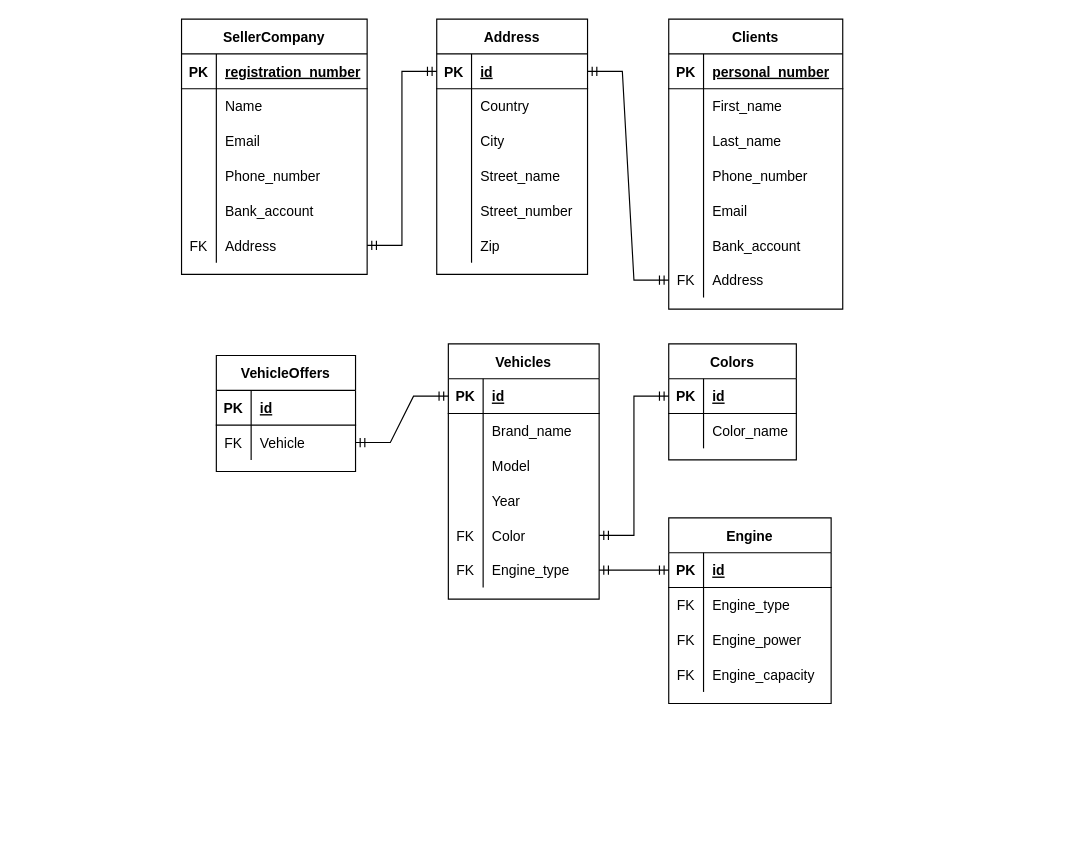
kstekels/Car-Marketplace keeps this draw.io diagram as Car Marketplace.drawio. Above is the earlier version. Source tidied: cells renumbered, new cells numbered last; positions are measured from the earlier drawing's top-left corner, leaving out a move shared by most shapes. Both pictures are drawn from the tidied source at 116%, with x=0, y=0 at pixel (181, 19).
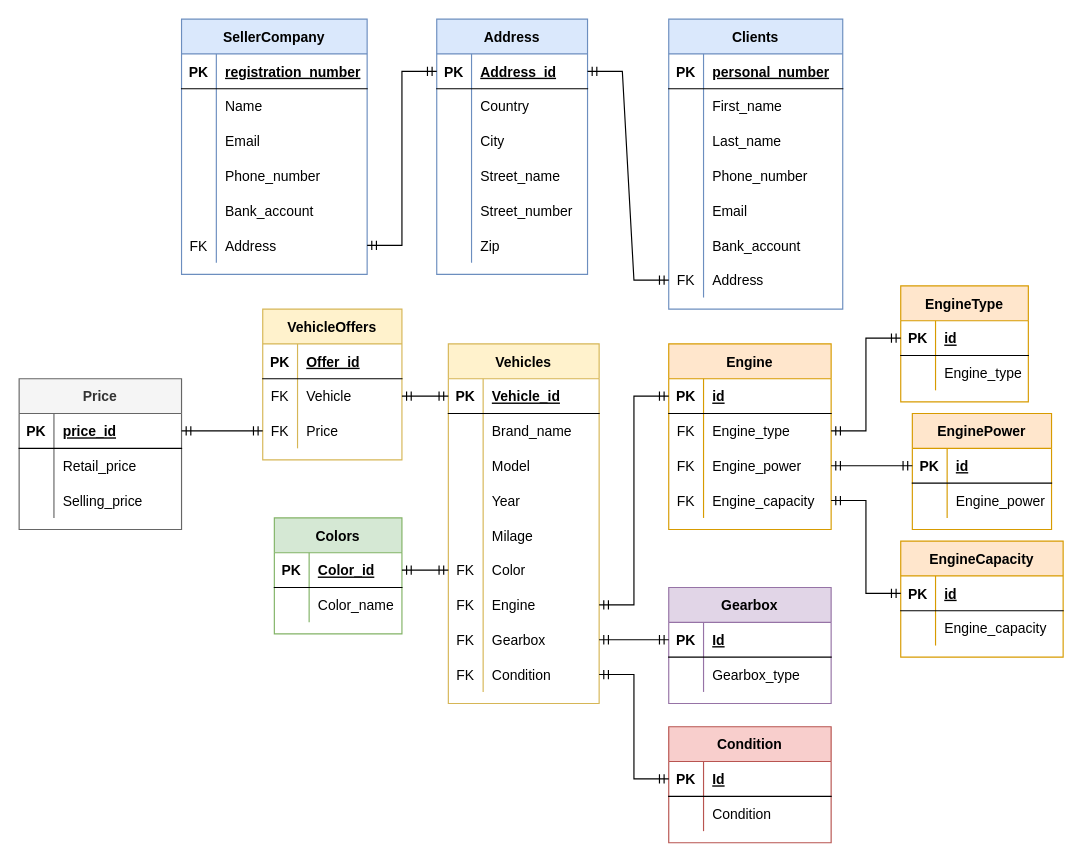
Above is the later version.

Unchanged cells that the change refers to:
```xml
<mxCell id="22" style="shape=partialRectangle;fillColor=none;top=0;left=0;bottom=1;right=0;points=[[0,0.5],[1,0.5]];portConstraint=eastwest;" parent="21" vertex="1">
  <mxGeometry y="30" width="130" height="30" as="geometry" />
</mxCell>
<mxCell id="65" style="shape=partialRectangle;fillColor=none;top=0;left=0;bottom=1;right=0;" parent="64" vertex="1">
  <mxGeometry y="30" width="120" height="30" as="geometry" />
</mxCell>
<mxCell id="72" style="shape=partialRectangle;fillColor=none;top=0;left=0;bottom=1;right=0;points=[[0,0.5],[1,0.5]];portConstraint=eastwest;" parent="71" vertex="1">
  <mxGeometry y="30" width="130" height="30" as="geometry" />
</mxCell>
<mxCell id="91" style="shape=partialRectangle;fillColor=none;top=0;left=0;bottom=1;right=0;points=[[0,0.5],[1,0.5]];portConstraint=eastwest;" parent="90" vertex="1">
  <mxGeometry y="30" width="110" height="30" as="geometry" />
</mxCell>
<mxCell id="103" style="shape=partialRectangle;fillColor=none;top=0;left=0;bottom=0;right=0;points=[[0,0.5],[1,0.5]];portConstraint=eastwest;" parent="99" vertex="1">
  <mxGeometry y="60" width="140" height="30" as="geometry" />
</mxCell>
<mxCell id="106" style="shape=partialRectangle;fillColor=none;top=0;left=0;bottom=0;right=0;points=[[0,0.5],[1,0.5]];portConstraint=eastwest;" parent="99" vertex="1">
  <mxGeometry y="90" width="140" height="30" as="geometry" />
</mxCell>
<mxCell id="109" style="shape=partialRectangle;fillColor=none;top=0;left=0;bottom=0;right=0;points=[[0,0.5],[1,0.5]];portConstraint=eastwest;" parent="99" vertex="1">
  <mxGeometry y="120" width="140" height="30" as="geometry" />
</mxCell>
```

What changed in the source:
```diff
@@
-    <mxCell id="2" value="SellerCompany" style="shape=table;startSize=30;childLayout=tableLayout;rowLines=0;fontStyle=1;align=center;" parent="1" vertex="1">
+    <mxCell id="2" value="SellerCompany" style="shape=table;startSize=30;childLayout=tableLayout;rowLines=0;fontStyle=1;align=center;fillColor=#dae8fc;strokeColor=#6c8ebf;" parent="1" vertex="1">
       <mxGeometry width="160" height="220" as="geometry" />
     </mxCell>
@@
-    <mxCell id="21" value="Address" style="shape=table;startSize=30;childLayout=tableLayout;rowLines=0;fontStyle=1;align=center;" parent="1" vertex="1">
+    <mxCell id="21" value="Address" style="shape=table;startSize=30;childLayout=tableLayout;rowLines=0;fontStyle=1;align=center;fillColor=#dae8fc;strokeColor=#6c8ebf;" parent="1" vertex="1">
       <mxGeometry x="220" width="130" height="220" as="geometry" />
     </mxCell>
@@
-    <mxCell id="24" value="id" style="shape=partialRectangle;fillColor=none;top=0;left=0;bottom=0;right=0;align=left;spacingLeft=6;fontStyle=5;overflow=hidden;" parent="22" vertex="1">
+    <mxCell id="24" value="Address_id" style="shape=partialRectangle;fillColor=none;top=0;left=0;bottom=0;right=0;align=left;spacingLeft=6;fontStyle=5;overflow=hidden;" parent="22" vertex="1">
       <mxGeometry x="30" width="100" height="30" as="geometry" />
     </mxCell>
@@
-    <mxCell id="41" value="Clients" style="shape=table;startSize=30;childLayout=tableLayout;rowLines=0;fontStyle=1;align=center;" parent="1" vertex="1">
+    <mxCell id="41" value="Clients" style="shape=table;startSize=30;childLayout=tableLayout;rowLines=0;fontStyle=1;align=center;fillColor=#dae8fc;strokeColor=#6c8ebf;" parent="1" vertex="1">
       <mxGeometry x="420" width="150" height="250" as="geometry" />
     </mxCell>
@@
-    <mxCell id="64" value="VehicleOffers" style="shape=table;startSize=30;childLayout=tableLayout;rowLines=0;fontStyle=1;align=center;" parent="1" vertex="1">
-      <mxGeometry x="30" y="290" width="120" height="100" as="geometry" />
+    <mxCell id="64" value="VehicleOffers" style="shape=table;startSize=30;childLayout=tableLayout;rowLines=0;fontStyle=1;align=center;fillColor=#fff2cc;strokeColor=#d6b656;" parent="1" vertex="1">
+      <mxGeometry x="70" y="250" width="120" height="130" as="geometry" />
     </mxCell>
@@
-    <mxCell id="67" value="id" style="shape=partialRectangle;fillColor=none;top=0;left=0;bottom=0;right=0;align=left;spacingLeft=6;fontStyle=5;overflow=hidden;" parent="65" vertex="1">
+    <mxCell id="67" value="Offer_id" style="shape=partialRectangle;fillColor=none;top=0;left=0;bottom=0;right=0;align=left;spacingLeft=6;fontStyle=5;overflow=hidden;" parent="65" vertex="1">
       <mxGeometry x="30" width="90" height="30" as="geometry" />
     </mxCell>
@@
+    <mxCell id="113" style="shape=partialRectangle;fillColor=none;top=0;left=0;bottom=0;right=0;points=[[0,0.5],[1,0.5]];portConstraint=eastwest;" parent="64" vertex="1">
+      <mxGeometry y="90" width="120" height="30" as="geometry" />
+    </mxCell>
+    <mxCell id="114" value="FK" style="shape=partialRectangle;fillColor=none;top=0;left=0;bottom=0;right=0;fontStyle=0;overflow=hidden;" parent="113" vertex="1">
+      <mxGeometry width="30" height="30" as="geometry" />
+    </mxCell>
+    <mxCell id="115" value="Price" style="shape=partialRectangle;fillColor=none;top=0;left=0;bottom=0;right=0;align=left;spacingLeft=6;fontStyle=0;overflow=hidden;" parent="113" vertex="1">
+      <mxGeometry x="30" width="90" height="30" as="geometry" />
+    </mxCell>
-    <mxCell id="71" value="Vehicles" style="shape=table;startSize=30;childLayout=tableLayout;rowLines=0;fontStyle=1;align=center;" parent="1" vertex="1">
-      <mxGeometry x="230" y="280" width="130" height="220" as="geometry" />
+    <mxCell id="71" value="Vehicles" style="shape=table;startSize=30;childLayout=tableLayout;rowLines=0;fontStyle=1;align=center;fillColor=#fff2cc;strokeColor=#d6b656;" parent="1" vertex="1">
+      <mxGeometry x="230" y="280" width="130" height="310" as="geometry" />
     </mxCell>
@@
-    <mxCell id="74" value="id" style="shape=partialRectangle;fillColor=none;top=0;left=0;bottom=0;right=0;align=left;spacingLeft=6;fontStyle=5;overflow=hidden;" parent="72" vertex="1">
+    <mxCell id="74" value="Vehicle_id" style="shape=partialRectangle;fillColor=none;top=0;left=0;bottom=0;right=0;align=left;spacingLeft=6;fontStyle=5;overflow=hidden;" parent="72" vertex="1">
       <mxGeometry x="30" width="100" height="30" as="geometry" />
     </mxCell>
@@
+    <mxCell id="116" style="shape=partialRectangle;fillColor=none;top=0;left=0;bottom=0;right=0;" parent="71" vertex="1">
+      <mxGeometry y="150" width="130" height="30" as="geometry" />
+    </mxCell>
+    <mxCell id="117" style="shape=partialRectangle;fillColor=none;top=0;left=0;bottom=0;right=0;overflow=hidden;" parent="116" vertex="1">
+      <mxGeometry width="30" height="30" as="geometry" />
+    </mxCell>
+    <mxCell id="118" value="Milage" style="shape=partialRectangle;fillColor=none;top=0;left=0;bottom=0;right=0;align=left;spacingLeft=6;overflow=hidden;" parent="116" vertex="1">
+      <mxGeometry x="30" width="100" height="30" as="geometry" />
+    </mxCell>
     <mxCell id="84" style="shape=partialRectangle;fillColor=none;top=0;left=0;bottom=0;right=0;points=[[0,0.5],[1,0.5]];portConstraint=eastwest;" parent="71" vertex="1">
-      <mxGeometry y="150" width="130" height="30" as="geometry" />
+      <mxGeometry y="180" width="130" height="30" as="geometry" />
     </mxCell>
@@
     <mxCell id="87" style="shape=partialRectangle;fillColor=none;top=0;left=0;bottom=0;right=0;points=[[0,0.5],[1,0.5]];portConstraint=eastwest;" parent="71" vertex="1">
-      <mxGeometry y="180" width="130" height="30" as="geometry" />
+      <mxGeometry y="210" width="130" height="30" as="geometry" />
     </mxCell>
@@
-    <mxCell id="89" value="Engine_type" style="shape=partialRectangle;fillColor=none;top=0;left=0;bottom=0;right=0;align=left;spacingLeft=6;fontStyle=0;overflow=hidden;" parent="87" vertex="1">
+    <mxCell id="89" value="Engine" style="shape=partialRectangle;fillColor=none;top=0;left=0;bottom=0;right=0;align=left;spacingLeft=6;fontStyle=0;overflow=hidden;" parent="87" vertex="1">
       <mxGeometry x="30" width="100" height="30" as="geometry" />
     </mxCell>
+    <mxCell id="119" style="shape=partialRectangle;fillColor=none;top=0;left=0;bottom=0;right=0;points=[[0,0.5],[1,0.5]];portConstraint=eastwest;" parent="71" vertex="1">
+      <mxGeometry y="240" width="130" height="30" as="geometry" />
+    </mxCell>
+    <mxCell id="120" value="FK" style="shape=partialRectangle;fillColor=none;top=0;left=0;bottom=0;right=0;fontStyle=0;overflow=hidden;" parent="119" vertex="1">
+      <mxGeometry width="30" height="30" as="geometry" />
+    </mxCell>
+    <mxCell id="121" value="Gearbox" style="shape=partialRectangle;fillColor=none;top=0;left=0;bottom=0;right=0;align=left;spacingLeft=6;fontStyle=0;overflow=hidden;" parent="119" vertex="1">
+      <mxGeometry x="30" width="100" height="30" as="geometry" />
+    </mxCell>
+    <mxCell id="122" style="shape=partialRectangle;fillColor=none;top=0;left=0;bottom=0;right=0;points=[[0,0.5],[1,0.5]];portConstraint=eastwest;" parent="71" vertex="1">
+      <mxGeometry y="270" width="130" height="30" as="geometry" />
+    </mxCell>
+    <mxCell id="123" value="FK" style="shape=partialRectangle;fillColor=none;top=0;left=0;bottom=0;right=0;fontStyle=0;overflow=hidden;" parent="122" vertex="1">
+      <mxGeometry width="30" height="30" as="geometry" />
+    </mxCell>
+    <mxCell id="124" value="Condition" style="shape=partialRectangle;fillColor=none;top=0;left=0;bottom=0;right=0;align=left;spacingLeft=6;fontStyle=0;overflow=hidden;" parent="122" vertex="1">
+      <mxGeometry x="30" width="100" height="30" as="geometry" />
+    </mxCell>
-    <mxCell id="90" value="Colors" style="shape=table;startSize=30;childLayout=tableLayout;rowLines=0;fontStyle=1;align=center;" parent="1" vertex="1">
-      <mxGeometry x="420" y="280" width="110" height="100" as="geometry" />
+    <mxCell id="90" value="Colors" style="shape=table;startSize=30;childLayout=tableLayout;rowLines=0;fontStyle=1;align=center;fillColor=#d5e8d4;strokeColor=#82b366;" parent="1" vertex="1">
+      <mxGeometry x="80" y="430" width="110" height="100" as="geometry" />
     </mxCell>
@@
-    <mxCell id="93" value="id" style="shape=partialRectangle;fillColor=none;top=0;left=0;bottom=0;right=0;align=left;spacingLeft=6;fontStyle=5;overflow=hidden;" parent="91" vertex="1">
+    <mxCell id="93" value="Color_id" style="shape=partialRectangle;fillColor=none;top=0;left=0;bottom=0;right=0;align=left;spacingLeft=6;fontStyle=5;overflow=hidden;" parent="91" vertex="1">
       <mxGeometry x="30" width="80" height="30" as="geometry" />
     </mxCell>
@@
-    <mxCell id="97" style="edgeStyle=entityRelationEdgeStyle;fontSize=12;html=1;endArrow=ERmandOne;startArrow=ERmandOne;rounded=0;entryX=0;entryY=0.5;entryDx=0;entryDy=0;" parent="1" edge="1" source="84" target="91">
+    <mxCell id="97" style="edgeStyle=entityRelationEdgeStyle;fontSize=12;html=1;endArrow=ERmandOne;startArrow=ERmandOne;rounded=0;" parent="1" edge="1" source="84" target="91">
       <mxGeometry relative="1" as="geometry" />
     </mxCell>
@@
-    <mxCell id="99" value="Engine" style="shape=table;startSize=30;childLayout=tableLayout;rowLines=0;fontStyle=1;align=center;" parent="1" vertex="1">
-      <mxGeometry x="420" y="430" width="140" height="160" as="geometry" />
+    <mxCell id="99" value="Engine" style="shape=table;startSize=30;childLayout=tableLayout;rowLines=0;fontStyle=1;align=center;fillColor=#ffe6cc;strokeColor=#d79b00;" parent="1" vertex="1">
+      <mxGeometry x="420" y="280" width="140" height="160" as="geometry" />
     </mxCell>
@@
+    <mxCell id="125" value="EngineType" style="shape=table;startSize=30;childLayout=tableLayout;rowLines=0;fontStyle=1;align=center;fillColor=#ffe6cc;strokeColor=#d79b00;" parent="1" vertex="1">
+      <mxGeometry x="620" y="230" width="110" height="100" as="geometry" />
+    </mxCell>
+    <mxCell id="126" style="shape=partialRectangle;fillColor=none;top=0;left=0;bottom=1;right=0;points=[[0,0.5],[1,0.5]];portConstraint=eastwest;" parent="125" vertex="1">
+      <mxGeometry y="30" width="110" height="30" as="geometry" />
+    </mxCell>
+    <mxCell id="127" value="PK" style="shape=partialRectangle;fillColor=none;top=0;left=0;bottom=0;right=0;fontStyle=1;overflow=hidden;" parent="126" vertex="1">
+      <mxGeometry width="30" height="30" as="geometry" />
+    </mxCell>
+    <mxCell id="128" value="id" style="shape=partialRectangle;fillColor=none;top=0;left=0;bottom=0;right=0;align=left;spacingLeft=6;fontStyle=5;overflow=hidden;" parent="126" vertex="1">
+      <mxGeometry x="30" width="80" height="30" as="geometry" />
+    </mxCell>
+    <mxCell id="129" style="shape=partialRectangle;fillColor=none;top=0;left=0;bottom=0;right=0;" parent="125" vertex="1">
+      <mxGeometry y="60" width="110" height="30" as="geometry" />
+    </mxCell>
+    <mxCell id="130" style="shape=partialRectangle;fillColor=none;top=0;left=0;bottom=0;right=0;fontStyle=0;overflow=hidden;" parent="129" vertex="1">
+      <mxGeometry width="30" height="30" as="geometry" />
+    </mxCell>
+    <mxCell id="131" value="Engine_type" style="shape=partialRectangle;fillColor=none;top=0;left=0;bottom=0;right=0;align=left;spacingLeft=6;fontStyle=0;overflow=hidden;" parent="129" vertex="1">
+      <mxGeometry x="30" width="80" height="30" as="geometry" />
+    </mxCell>
+    <mxCell id="132" style="edgeStyle=entityRelationEdgeStyle;fontSize=12;html=1;endArrow=ERmandOne;startArrow=ERmandOne;rounded=0;" parent="1" edge="1" source="103" target="126">
+      <mxGeometry relative="1" as="geometry" />
+    </mxCell>
+    <mxCell id="133" value="EnginePower" style="shape=table;startSize=30;childLayout=tableLayout;rowLines=0;fontStyle=1;align=center;fillColor=#ffe6cc;strokeColor=#d79b00;" parent="1" vertex="1">
+      <mxGeometry x="630" y="340" width="120" height="100" as="geometry" />
+    </mxCell>
+    <mxCell id="134" style="shape=partialRectangle;fillColor=none;top=0;left=0;bottom=1;right=0;points=[[0,0.5],[1,0.5]];portConstraint=eastwest;" parent="133" vertex="1">
+      <mxGeometry y="30" width="120" height="30" as="geometry" />
+    </mxCell>
+    <mxCell id="135" value="PK" style="shape=partialRectangle;fillColor=none;top=0;left=0;bottom=0;right=0;fontStyle=1;overflow=hidden;" parent="134" vertex="1">
+      <mxGeometry width="30" height="30" as="geometry" />
+    </mxCell>
+    <mxCell id="136" value="id" style="shape=partialRectangle;fillColor=none;top=0;left=0;bottom=0;right=0;align=left;spacingLeft=6;fontStyle=5;overflow=hidden;" parent="134" vertex="1">
+      <mxGeometry x="30" width="90" height="30" as="geometry" />
+    </mxCell>
+    <mxCell id="137" style="shape=partialRectangle;fillColor=none;top=0;left=0;bottom=0;right=0;" parent="133" vertex="1">
+      <mxGeometry y="60" width="120" height="30" as="geometry" />
+    </mxCell>
+    <mxCell id="138" style="shape=partialRectangle;fillColor=none;top=0;left=0;bottom=0;right=0;fontStyle=0;overflow=hidden;" parent="137" vertex="1">
+      <mxGeometry width="30" height="30" as="geometry" />
+    </mxCell>
+    <mxCell id="139" value="Engine_power" style="shape=partialRectangle;fillColor=none;top=0;left=0;bottom=0;right=0;align=left;spacingLeft=6;fontStyle=0;overflow=hidden;" parent="137" vertex="1">
+      <mxGeometry x="30" width="90" height="30" as="geometry" />
+    </mxCell>
+    <mxCell id="140" style="edgeStyle=entityRelationEdgeStyle;fontSize=12;html=1;endArrow=ERmandOne;startArrow=ERmandOne;rounded=0;" parent="1" edge="1" source="106" target="134">
+      <mxGeometry relative="1" as="geometry" />
+    </mxCell>
+    <mxCell id="141" value="EngineCapacity" style="shape=table;startSize=30;childLayout=tableLayout;rowLines=0;fontStyle=1;align=center;fillColor=#ffe6cc;strokeColor=#d79b00;" parent="1" vertex="1">
+      <mxGeometry x="620" y="450" width="140" height="100" as="geometry" />
+    </mxCell>
+    <mxCell id="142" style="shape=partialRectangle;fillColor=none;top=0;left=0;bottom=1;right=0;points=[[0,0.5],[1,0.5]];portConstraint=eastwest;" parent="141" vertex="1">
+      <mxGeometry y="30" width="140" height="30" as="geometry" />
+    </mxCell>
+    <mxCell id="143" value="PK" style="shape=partialRectangle;fillColor=none;top=0;left=0;bottom=0;right=0;fontStyle=1;overflow=hidden;" parent="142" vertex="1">
+      <mxGeometry width="30" height="30" as="geometry" />
+    </mxCell>
+    <mxCell id="144" value="id" style="shape=partialRectangle;fillColor=none;top=0;left=0;bottom=0;right=0;align=left;spacingLeft=6;fontStyle=5;overflow=hidden;" parent="142" vertex="1">
+      <mxGeometry x="30" width="110" height="30" as="geometry" />
+    </mxCell>
+    <mxCell id="145" style="shape=partialRectangle;fillColor=none;top=0;left=0;bottom=0;right=0;" parent="141" vertex="1">
+      <mxGeometry y="60" width="140" height="30" as="geometry" />
+    </mxCell>
+    <mxCell id="146" style="shape=partialRectangle;fillColor=none;top=0;left=0;bottom=0;right=0;fontStyle=0;overflow=hidden;" parent="145" vertex="1">
+      <mxGeometry width="30" height="30" as="geometry" />
+    </mxCell>
+    <mxCell id="147" value="Engine_capacity" style="shape=partialRectangle;fillColor=none;top=0;left=0;bottom=0;right=0;align=left;spacingLeft=6;fontStyle=0;overflow=hidden;" parent="145" vertex="1">
+      <mxGeometry x="30" width="110" height="30" as="geometry" />
+    </mxCell>
+    <mxCell id="148" style="edgeStyle=entityRelationEdgeStyle;fontSize=12;html=1;endArrow=ERmandOne;startArrow=ERmandOne;rounded=0;" parent="1" edge="1" source="109" target="142">
+      <mxGeometry relative="1" as="geometry" />
+    </mxCell>
+    <mxCell id="149" value="Gearbox" style="shape=table;startSize=30;childLayout=tableLayout;rowLines=0;fontStyle=1;align=center;fillColor=#e1d5e7;strokeColor=#9673a6;" parent="1" vertex="1">
+      <mxGeometry x="420" y="490" width="140" height="100" as="geometry" />
+    </mxCell>
+    <mxCell id="150" style="shape=partialRectangle;fillColor=none;top=0;left=0;bottom=1;right=0;points=[[0,0.5],[1,0.5]];portConstraint=eastwest;" parent="149" vertex="1">
+      <mxGeometry y="30" width="140" height="30" as="geometry" />
+    </mxCell>
+    <mxCell id="151" value="PK" style="shape=partialRectangle;fillColor=none;top=0;left=0;bottom=0;right=0;fontStyle=1;overflow=hidden;" parent="150" vertex="1">
+      <mxGeometry width="30" height="30" as="geometry" />
+    </mxCell>
+    <mxCell id="152" value="Id" style="shape=partialRectangle;fillColor=none;top=0;left=0;bottom=0;right=0;align=left;spacingLeft=6;fontStyle=5;overflow=hidden;" parent="150" vertex="1">
+      <mxGeometry x="30" width="110" height="30" as="geometry" />
+    </mxCell>
+    <mxCell id="153" style="shape=partialRectangle;fillColor=none;top=0;left=0;bottom=0;right=0;" parent="149" vertex="1">
+      <mxGeometry y="60" width="140" height="30" as="geometry" />
+    </mxCell>
+    <mxCell id="154" style="shape=partialRectangle;fillColor=none;top=0;left=0;bottom=0;right=0;fontStyle=0;overflow=hidden;" parent="153" vertex="1">
+      <mxGeometry width="30" height="30" as="geometry" />
+    </mxCell>
+    <mxCell id="155" value="Gearbox_type" style="shape=partialRectangle;fillColor=none;top=0;left=0;bottom=0;right=0;align=left;spacingLeft=6;fontStyle=0;overflow=hidden;" parent="153" vertex="1">
+      <mxGeometry x="30" width="110" height="30" as="geometry" />
+    </mxCell>
+    <mxCell id="156" style="edgeStyle=entityRelationEdgeStyle;fontSize=12;html=1;endArrow=ERmandOne;startArrow=ERmandOne;rounded=0;" parent="1" edge="1" source="119" target="150">
+      <mxGeometry relative="1" as="geometry" />
+    </mxCell>
+    <mxCell id="157" value="Condition" style="shape=table;startSize=30;childLayout=tableLayout;rowLines=0;fontStyle=1;align=center;fillColor=#f8cecc;strokeColor=#b85450;" parent="1" vertex="1">
+      <mxGeometry x="420" y="610" width="140" height="100" as="geometry" />
+    </mxCell>
+    <mxCell id="158" style="shape=partialRectangle;fillColor=none;top=0;left=0;bottom=1;right=0;points=[[0,0.5],[1,0.5]];portConstraint=eastwest;" parent="157" vertex="1">
+      <mxGeometry y="30" width="140" height="30" as="geometry" />
+    </mxCell>
+    <mxCell id="159" value="PK" style="shape=partialRectangle;fillColor=none;top=0;left=0;bottom=0;right=0;fontStyle=1;overflow=hidden;" parent="158" vertex="1">
+      <mxGeometry width="30" height="30" as="geometry" />
+    </mxCell>
+    <mxCell id="160" value="Id" style="shape=partialRectangle;fillColor=none;top=0;left=0;bottom=0;right=0;align=left;spacingLeft=6;fontStyle=5;overflow=hidden;" parent="158" vertex="1">
+      <mxGeometry x="30" width="110" height="30" as="geometry" />
+    </mxCell>
+    <mxCell id="161" style="shape=partialRectangle;fillColor=none;top=0;left=0;bottom=0;right=0;" parent="157" vertex="1">
+      <mxGeometry y="60" width="140" height="30" as="geometry" />
+    </mxCell>
+    <mxCell id="162" style="shape=partialRectangle;fillColor=none;top=0;left=0;bottom=0;right=0;fontStyle=0;overflow=hidden;" parent="161" vertex="1">
+      <mxGeometry width="30" height="30" as="geometry" />
+    </mxCell>
+    <mxCell id="163" value="Condition" style="shape=partialRectangle;fillColor=none;top=0;left=0;bottom=0;right=0;align=left;spacingLeft=6;fontStyle=0;overflow=hidden;" parent="161" vertex="1">
+      <mxGeometry x="30" width="110" height="30" as="geometry" />
+    </mxCell>
+    <mxCell id="164" style="edgeStyle=entityRelationEdgeStyle;fontSize=12;html=1;endArrow=ERmandOne;startArrow=ERmandOne;rounded=0;" parent="1" edge="1" source="122" target="158">
+      <mxGeometry relative="1" as="geometry" />
+    </mxCell>
+    <mxCell id="165" value="Price" style="shape=table;startSize=30;childLayout=tableLayout;rowLines=0;fontStyle=1;align=center;fillColor=#f5f5f5;strokeColor=#666666;fontColor=#333333;" parent="1" vertex="1">
+      <mxGeometry x="-140" y="310" width="140" height="130" as="geometry" />
+    </mxCell>
+    <mxCell id="166" style="shape=partialRectangle;fillColor=none;top=0;left=0;bottom=1;right=0;points=[[0,0.5],[1,0.5]];portConstraint=eastwest;" parent="165" vertex="1">
+      <mxGeometry y="30" width="140" height="30" as="geometry" />
+    </mxCell>
+    <mxCell id="167" value="PK" style="shape=partialRectangle;fillColor=none;top=0;left=0;bottom=0;right=0;fontStyle=1;overflow=hidden;" parent="166" vertex="1">
+      <mxGeometry width="30" height="30" as="geometry" />
+    </mxCell>
+    <mxCell id="168" value="price_id" style="shape=partialRectangle;fillColor=none;top=0;left=0;bottom=0;right=0;align=left;spacingLeft=6;fontStyle=5;overflow=hidden;" parent="166" vertex="1">
+      <mxGeometry x="30" width="110" height="30" as="geometry" />
+    </mxCell>
+    <mxCell id="169" style="shape=partialRectangle;fillColor=none;top=0;left=0;bottom=0;right=0;" parent="165" vertex="1">
+      <mxGeometry y="60" width="140" height="30" as="geometry" />
+    </mxCell>
+    <mxCell id="170" style="shape=partialRectangle;fillColor=none;top=0;left=0;bottom=0;right=0;fontStyle=0;overflow=hidden;" parent="169" vertex="1">
+      <mxGeometry width="30" height="30" as="geometry" />
+    </mxCell>
+    <mxCell id="171" value="Retail_price" style="shape=partialRectangle;fillColor=none;top=0;left=0;bottom=0;right=0;align=left;spacingLeft=6;fontStyle=0;overflow=hidden;" parent="169" vertex="1">
+      <mxGeometry x="30" width="110" height="30" as="geometry" />
+    </mxCell>
+    <mxCell id="172" style="shape=partialRectangle;fillColor=none;top=0;left=0;bottom=0;right=0;" parent="165" vertex="1">
+      <mxGeometry y="90" width="140" height="30" as="geometry" />
+    </mxCell>
+    <mxCell id="173" style="shape=partialRectangle;fillColor=none;top=0;left=0;bottom=0;right=0;overflow=hidden;" parent="172" vertex="1">
+      <mxGeometry width="30" height="30" as="geometry" />
+    </mxCell>
+    <mxCell id="174" value="Selling_price" style="shape=partialRectangle;fillColor=none;top=0;left=0;bottom=0;right=0;align=left;spacingLeft=6;overflow=hidden;" parent="172" vertex="1">
+      <mxGeometry x="30" width="110" height="30" as="geometry" />
+    </mxCell>
+    <mxCell id="175" style="edgeStyle=entityRelationEdgeStyle;fontSize=12;html=1;endArrow=ERmandOne;startArrow=ERmandOne;rounded=0;" parent="1" edge="1" source="166" target="113">
+      <mxGeometry relative="1" as="geometry" />
+    </mxCell>
```
